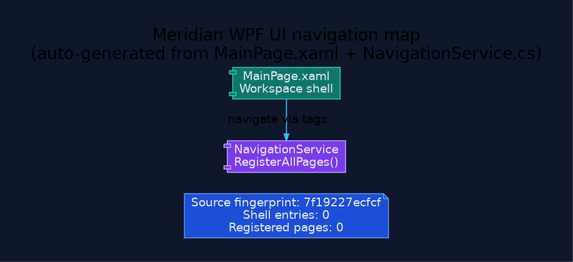
This is docs/diagrams/ui-navigation-map.png from rodoHasArrived/Meridian-main, a Graphviz export, as it was before one commit. Its source is kept beside it as docs/diagrams/ui-navigation-map.dot.
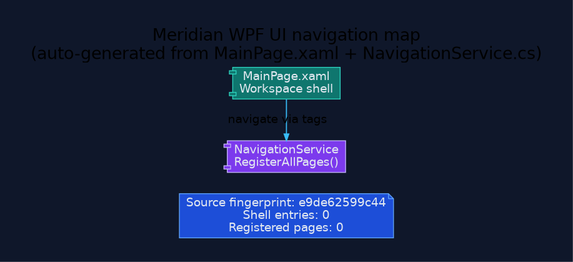
After the commit.

What changed in the source:
```diff
@@ -13,7 +13,7 @@
   node [fontname="Segoe UI", shape=box, style="rounded,filled", color="#475569", fontcolor="#e2e8f0", fillcolor="#1e293b"];
   edge [fontname="Segoe UI", color="#94a3b8", penwidth=1.3, arrowsize=0.8];
 
-  generated [shape=note, fillcolor="#1d4ed8", color="#60a5fa", label="Source fingerprint: 7f19227ecfcf\nShell entries: 0\nRegistered pages: 0"];
+  generated [shape=note, fillcolor="#1d4ed8", color="#60a5fa", label="Source fingerprint: e9de62599c44\nShell entries: 0\nRegistered pages: 0"];
   shell [shape=component, fillcolor="#0f766e", color="#2dd4bf", label="MainPage.xaml\nWorkspace shell"];
   navigation [shape=component, fillcolor="#7c3aed", color="#c4b5fd", label="NavigationService\nRegisterAllPages()"];
   shell -> navigation [label="navigate via tags", color="#38bdf8"];
```
